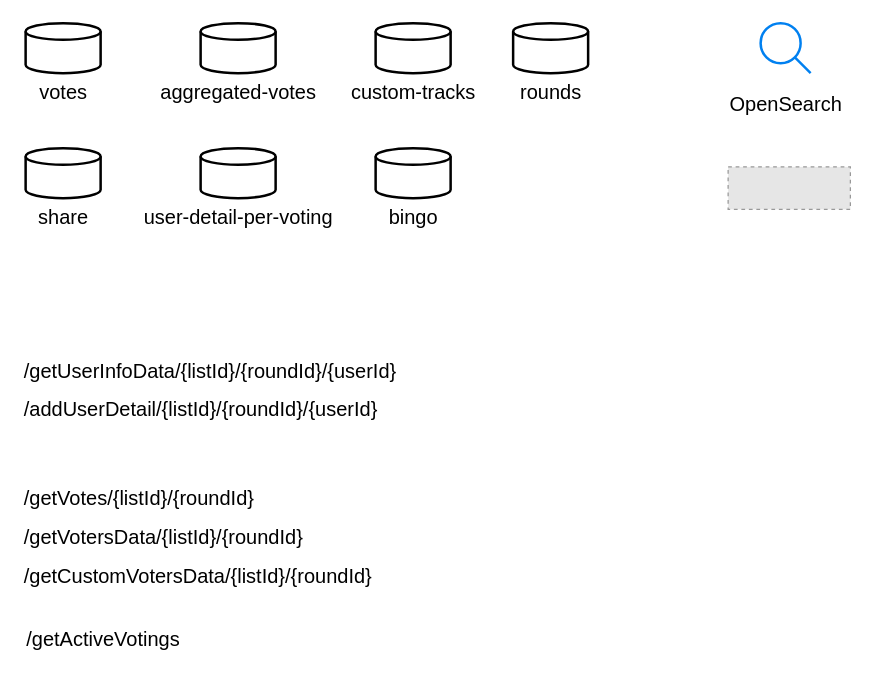
mata998/drawio keeps this draw.io diagram as page "Page-1" (1 of 4) of folder/voting.drawio. Above is the earlier version. Source tidied: cells renumbered, new cells numbered last; positions are measured from the earlier drawing's top-left corner, leaving out a move shared by most shapes. Both pictures are drawn from the tidied source at 125%, with x=0, y=0 at pixel (21, 22). Pictures stored in the file or linked from it are replaced by grey dashed boxes.
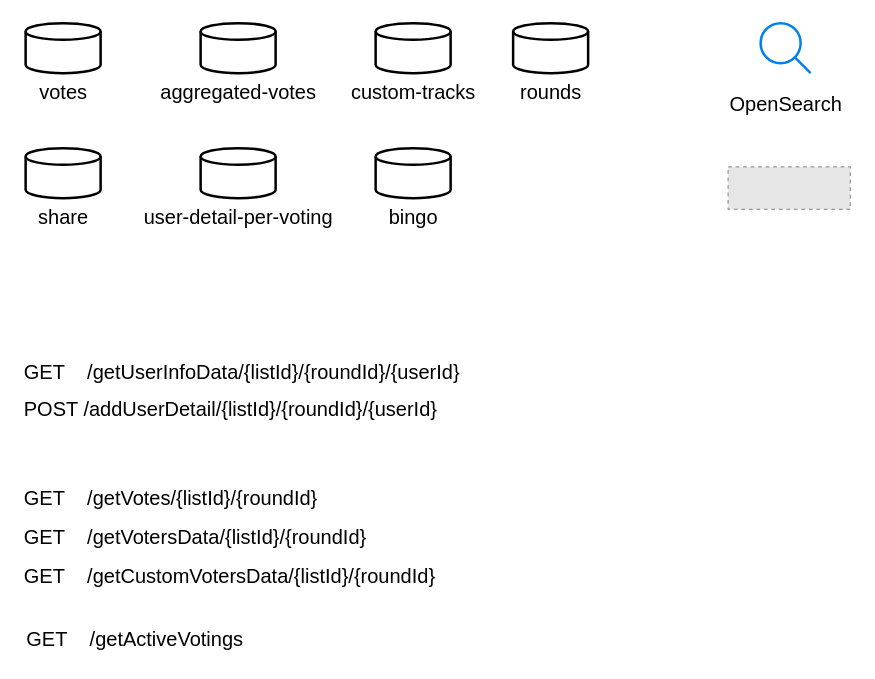
The same diagram, later.

What changed in the source:
```diff
@@
-    <mxCell id="26" value="&lt;font style=&quot;font-size: 16px;&quot;&gt;/getUserInfoData/{listId}/{roundId}/{userId}&lt;/font&gt;" style="text;html=1;align=left;verticalAlign=middle;strokeColor=none;fillColor=none;" parent="1" vertex="1">
-      <mxGeometry y="263" width="320" height="30" as="geometry" />
+    <mxCell id="26" value="&lt;font style=&quot;font-size: 16px;&quot;&gt;GET&amp;nbsp; &amp;nbsp; /getUserInfoData/{listId}/{roundId}/{userId}&lt;/font&gt;" style="text;html=1;align=left;verticalAlign=middle;strokeColor=none;fillColor=none;" parent="1" vertex="1">
+      <mxGeometry y="263" width="367" height="31" as="geometry" />
     </mxCell>
@@
-    <mxCell id="28" value="&lt;font style=&quot;font-size: 16px;&quot;&gt;/addUserDetail/{listId}/{roundId}/{userId}&lt;/font&gt;" style="text;html=1;align=left;verticalAlign=middle;strokeColor=none;fillColor=none;" parent="1" vertex="1">
-      <mxGeometry y="293" width="301" height="31" as="geometry" />
+    <mxCell id="28" value="&lt;font style=&quot;font-size: 16px;&quot;&gt;POST /addUserDetail/{listId}/{roundId}/{userId}&lt;/font&gt;" style="text;html=1;align=left;verticalAlign=middle;strokeColor=none;fillColor=none;" parent="1" vertex="1">
+      <mxGeometry y="293" width="349" height="31" as="geometry" />
     </mxCell>
-    <mxCell id="29" value="&lt;font style=&quot;font-size: 16px;&quot;&gt;/getVotes/{listId}/{roundId}&lt;/font&gt;" style="text;html=1;align=left;verticalAlign=middle;strokeColor=none;fillColor=none;" parent="1" vertex="1">
-      <mxGeometry y="364" width="202" height="31" as="geometry" />
+    <mxCell id="29" value="&lt;font style=&quot;font-size: 16px;&quot;&gt;GET&amp;nbsp; &amp;nbsp;&amp;nbsp;/getVotes/{listId}/{roundId}&lt;/font&gt;" style="text;html=1;align=left;verticalAlign=middle;strokeColor=none;fillColor=none;" parent="1" vertex="1">
+      <mxGeometry y="364" width="253" height="31" as="geometry" />
     </mxCell>
-    <mxCell id="30" value="&lt;font style=&quot;font-size: 16px;&quot;&gt;/getVotersData/{listId}/{roundId}&lt;/font&gt;" style="text;html=1;align=left;verticalAlign=middle;strokeColor=none;fillColor=none;" parent="1" vertex="1">
-      <mxGeometry y="395" width="241" height="31" as="geometry" />
+    <mxCell id="30" value="&lt;font style=&quot;font-size: 16px;&quot;&gt;GET&amp;nbsp; &amp;nbsp;&amp;nbsp;/getVotersData/{listId}/{roundId}&lt;/font&gt;" style="text;html=1;align=left;verticalAlign=middle;strokeColor=none;fillColor=none;" parent="1" vertex="1">
+      <mxGeometry y="395" width="292" height="31" as="geometry" />
     </mxCell>
-    <mxCell id="31" value="&lt;font style=&quot;font-size: 16px;&quot;&gt;/getCustomVotersData/{listId}/{roundId}&lt;/font&gt;" style="text;html=1;align=left;verticalAlign=middle;strokeColor=none;fillColor=none;" parent="1" vertex="1">
-      <mxGeometry y="426" width="296" height="31" as="geometry" />
+    <mxCell id="31" value="&lt;font style=&quot;font-size: 16px;&quot;&gt;GET&amp;nbsp; &amp;nbsp;&amp;nbsp;/getCustomVotersData/{listId}/{roundId}&lt;/font&gt;" style="text;html=1;align=left;verticalAlign=middle;strokeColor=none;fillColor=none;" parent="1" vertex="1">
+      <mxGeometry y="426" width="347" height="31" as="geometry" />
     </mxCell>
-    <mxCell id="32" value="&lt;font style=&quot;font-size: 16px;&quot;&gt;/getActiveVotings&lt;/font&gt;" style="text;html=1;align=left;verticalAlign=middle;strokeColor=none;fillColor=none;" parent="1" vertex="1">
-      <mxGeometry x="2" y="477" width="141" height="31" as="geometry" />
+    <mxCell id="32" value="&lt;font style=&quot;font-size: 16px;&quot;&gt;GET&amp;nbsp; &amp;nbsp;&amp;nbsp;/getActiveVotings&lt;/font&gt;" style="text;html=1;align=left;verticalAlign=middle;strokeColor=none;fillColor=none;" parent="1" vertex="1">
+      <mxGeometry x="2" y="477" width="191" height="31" as="geometry" />
     </mxCell>
```
